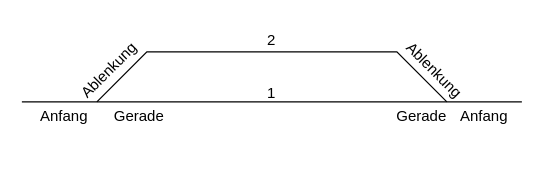
Before: graph_db/Bahnhof_simpel.drawio in pascalreiss/draw_io_stuff, a draw.io diagram. Source tidied: cells renumbered, new cells numbered last; positions are measured from the earlier drawing's top-left corner, leaving out a move shared by most shapes. Both pictures are drawn from the tidied source at 125%, with x=0, y=0 at pixel (21, 21).
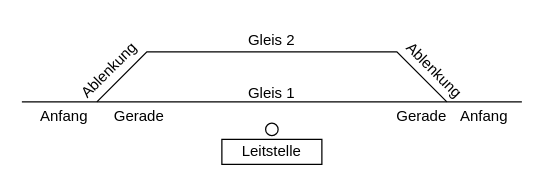
The same diagram, later.

What changed in the source:
```diff
@@
 <mxGraphModel>
   <root>
     <mxCell id="0" />
     <mxCell id="1" parent="0" />
     <mxCell id="2" value="Anfang" style="text;html=1;align=center;verticalAlign=middle;whiteSpace=wrap;rounded=0;" parent="1" vertex="1">
       <mxGeometry x="340" y="61" width="60" height="30" as="geometry" />
     </mxCell>
     <mxCell id="3" value="Anfang" style="text;html=1;align=center;verticalAlign=middle;whiteSpace=wrap;rounded=0;" parent="1" vertex="1">
       <mxGeometry x="4" y="61" width="60" height="30" as="geometry" />
     </mxCell>
     <mxCell id="4" style="endArrow=none;html=1;rounded=0;" parent="1" edge="1">
       <mxGeometry relative="1" as="geometry">
         <mxPoint y="64" as="sourcePoint" />
         <mxPoint x="400" y="64" as="targetPoint" />
       </mxGeometry>
     </mxCell>
     <mxCell id="5" style="endArrow=none;html=1;rounded=0;" parent="1" edge="1">
       <mxGeometry relative="1" as="geometry">
         <mxPoint x="60" y="64" as="sourcePoint" />
         <mxPoint x="340" y="64" as="targetPoint" />
         <Array as="points">
           <mxPoint x="100" y="24" />
           <mxPoint x="300" y="24" />
         </Array>
       </mxGeometry>
     </mxCell>
     <mxCell id="6" value="Ablenkung" style="text;html=1;align=center;verticalAlign=middle;whiteSpace=wrap;rounded=0;rotation=-45;" parent="1" vertex="1">
       <mxGeometry x="40" y="24" width="60" height="30" as="geometry" />
     </mxCell>
     <mxCell id="7" value="Gerade" style="text;html=1;align=center;verticalAlign=middle;whiteSpace=wrap;rounded=0;" parent="1" vertex="1">
       <mxGeometry x="64" y="61" width="60" height="30" as="geometry" />
     </mxCell>
     <mxCell id="8" value="Gerade" style="text;html=1;align=center;verticalAlign=middle;whiteSpace=wrap;rounded=0;" parent="1" vertex="1">
       <mxGeometry x="290" y="61" width="60" height="30" as="geometry" />
     </mxCell>
     <mxCell id="9" value="Ablenkung" style="text;html=1;align=center;verticalAlign=middle;whiteSpace=wrap;rounded=0;rotation=45;" parent="1" vertex="1">
       <mxGeometry x="300" y="24" width="60" height="30" as="geometry" />
     </mxCell>
-    <mxCell id="10" value="1" style="text;html=1;align=center;verticalAlign=middle;whiteSpace=wrap;rounded=0;" parent="1" vertex="1">
+    <mxCell id="10" value="Gleis 1" style="text;html=1;align=center;verticalAlign=middle;whiteSpace=wrap;rounded=0;" parent="1" vertex="1">
       <mxGeometry x="170" y="42" width="60" height="30" as="geometry" />
     </mxCell>
-    <mxCell id="11" value="2" style="text;html=1;align=center;verticalAlign=middle;whiteSpace=wrap;rounded=0;" parent="1" vertex="1">
+    <mxCell id="11" value="Gleis 2" style="text;html=1;align=center;verticalAlign=middle;whiteSpace=wrap;rounded=0;" parent="1" vertex="1">
       <mxGeometry x="170" width="60" height="30" as="geometry" />
     </mxCell>
+    <mxCell id="12" style="ellipse;whiteSpace=wrap;html=1;" parent="1" vertex="1">
+      <mxGeometry x="195" y="81" width="10" height="10" as="geometry" />
+    </mxCell>
+    <mxCell id="13" value="Leitstelle" style="rounded=0;whiteSpace=wrap;html=1;" parent="1" vertex="1">
+      <mxGeometry x="160" y="94" width="80" height="20" as="geometry" />
+    </mxCell>
   </root>
 </mxGraphModel>
```
